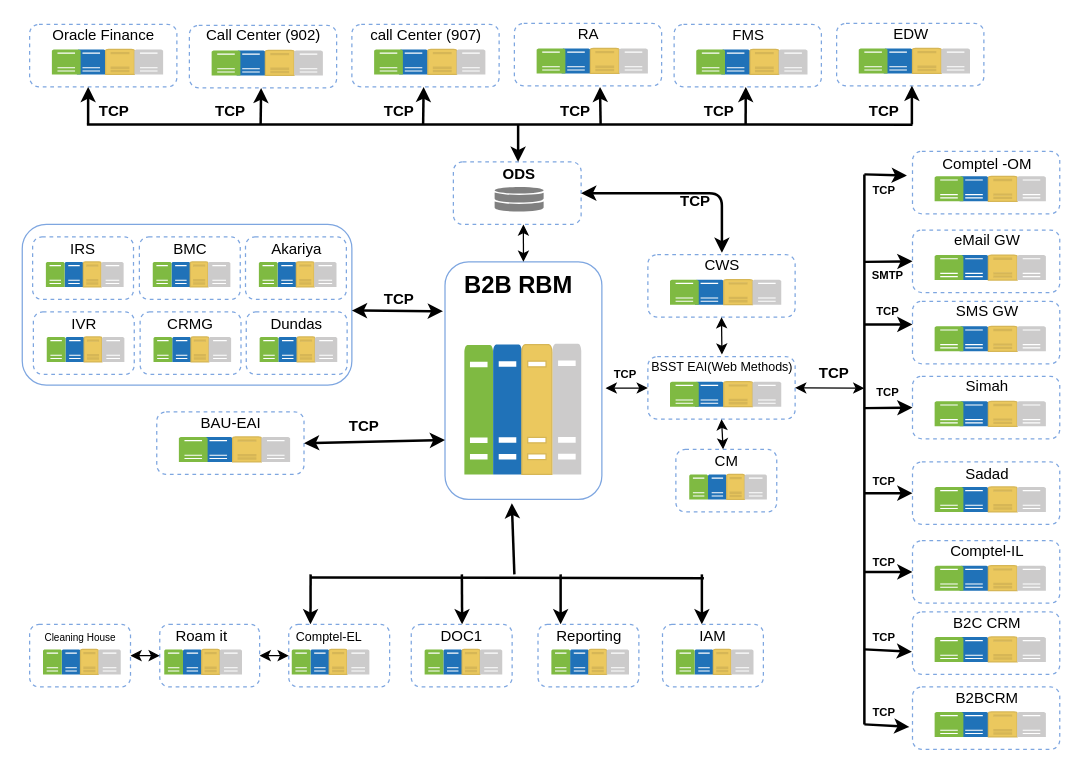
Earlier version of the draw.io diagram page "Page-2" (2 of 2) of Untitled Diagram.drawio (Nagasiva1905/Class9-10repo). Source tidied: cells renumbered, new cells numbered last; positions are measured from the earlier drawing's top-left corner, leaving out a move shared by most shapes. Both pictures are drawn from the tidied source at 125%, with x=0, y=0 at pixel (21, 21).
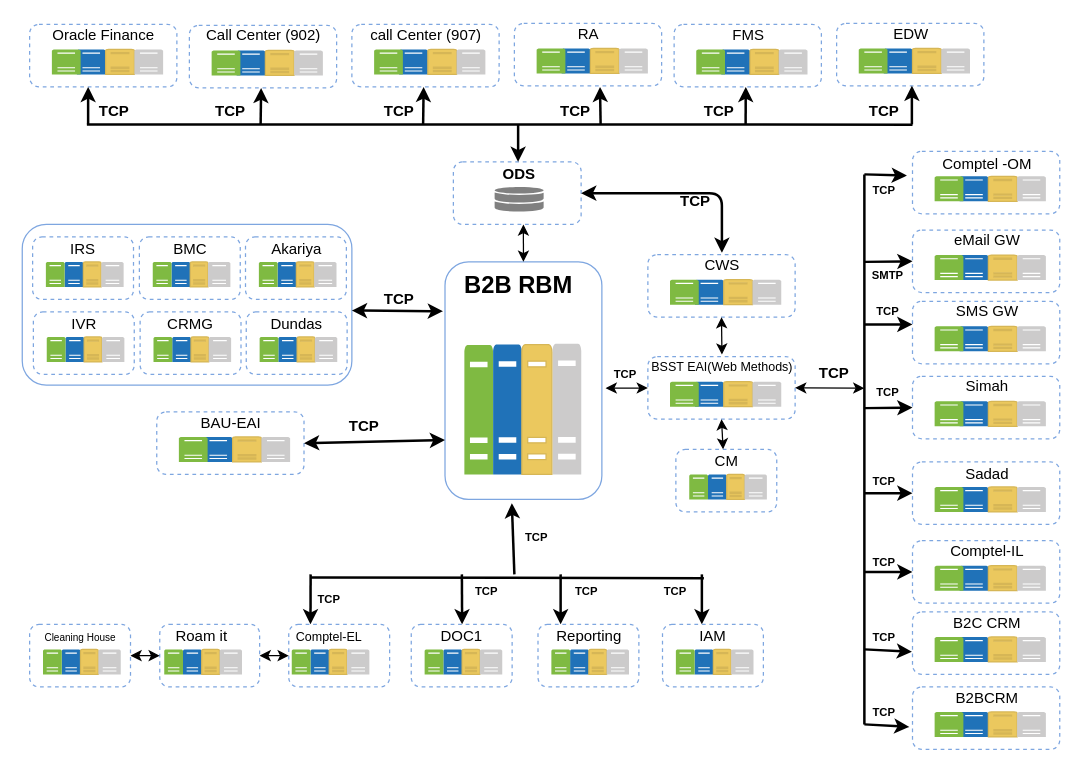
After the change.

Change to the diagram source:
```diff
@@
+    <mxCell id="244" value="&lt;b&gt;&lt;font style=&quot;font-size: 9px&quot;&gt;TCP&lt;/font&gt;&lt;/b&gt;" style="text;html=1;strokeColor=none;fillColor=none;align=center;verticalAlign=middle;whiteSpace=wrap;rounded=0;" parent="1" vertex="1">
+      <mxGeometry x="391.8" y="402" width="40" height="20" as="geometry" />
+    </mxCell>
+    <mxCell id="245" value="&lt;b&gt;&lt;font style=&quot;font-size: 9px&quot;&gt;TCP&lt;/font&gt;&lt;/b&gt;" style="text;html=1;strokeColor=none;fillColor=none;align=center;verticalAlign=middle;whiteSpace=wrap;rounded=0;" parent="1" vertex="1">
+      <mxGeometry x="225.9" y="450.5" width="40" height="20" as="geometry" />
+    </mxCell>
+    <mxCell id="246" value="&lt;b&gt;&lt;font style=&quot;font-size: 9px&quot;&gt;TCP&lt;/font&gt;&lt;/b&gt;" style="text;html=1;strokeColor=none;fillColor=none;align=center;verticalAlign=middle;whiteSpace=wrap;rounded=0;" parent="1" vertex="1">
+      <mxGeometry x="351.8" y="445" width="40" height="20" as="geometry" />
+    </mxCell>
+    <mxCell id="247" value="&lt;b&gt;&lt;font style=&quot;font-size: 9px&quot;&gt;TCP&lt;/font&gt;&lt;/b&gt;" style="text;html=1;strokeColor=none;fillColor=none;align=center;verticalAlign=middle;whiteSpace=wrap;rounded=0;" parent="1" vertex="1">
+      <mxGeometry x="431.8" y="445" width="40" height="20" as="geometry" />
+    </mxCell>
+    <mxCell id="248" value="&lt;b&gt;&lt;font style=&quot;font-size: 9px&quot;&gt;TCP&lt;/font&gt;&lt;/b&gt;" style="text;html=1;strokeColor=none;fillColor=none;align=center;verticalAlign=middle;whiteSpace=wrap;rounded=0;" parent="1" vertex="1">
+      <mxGeometry x="503.2" y="445" width="40" height="20" as="geometry" />
+    </mxCell>
```
